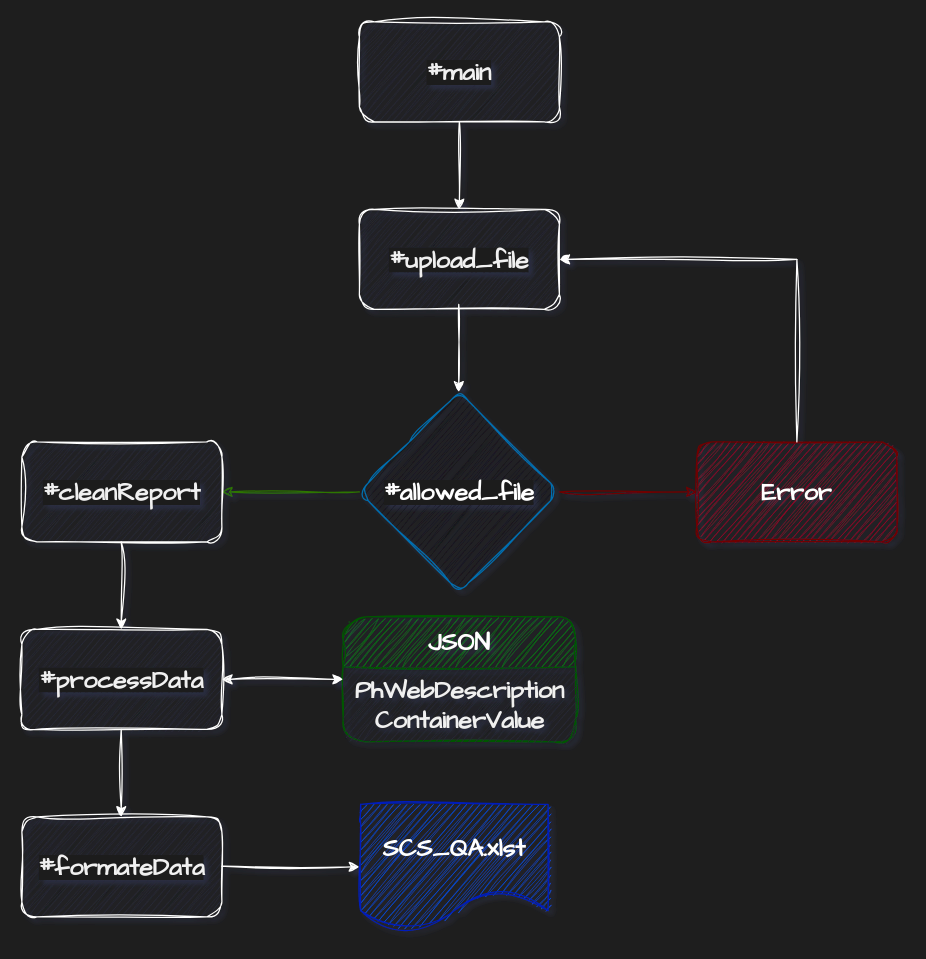
Before: Diagram.dio in jinjernot/matarael, a draw.io diagram. Source tidied: cells renumbered, new cells numbered last; positions are measured from the earlier drawing's top-left corner, leaving out a move shared by most shapes. Both pictures are drawn from the tidied source at 125%, with x=0, y=0 at pixel (21, 21).
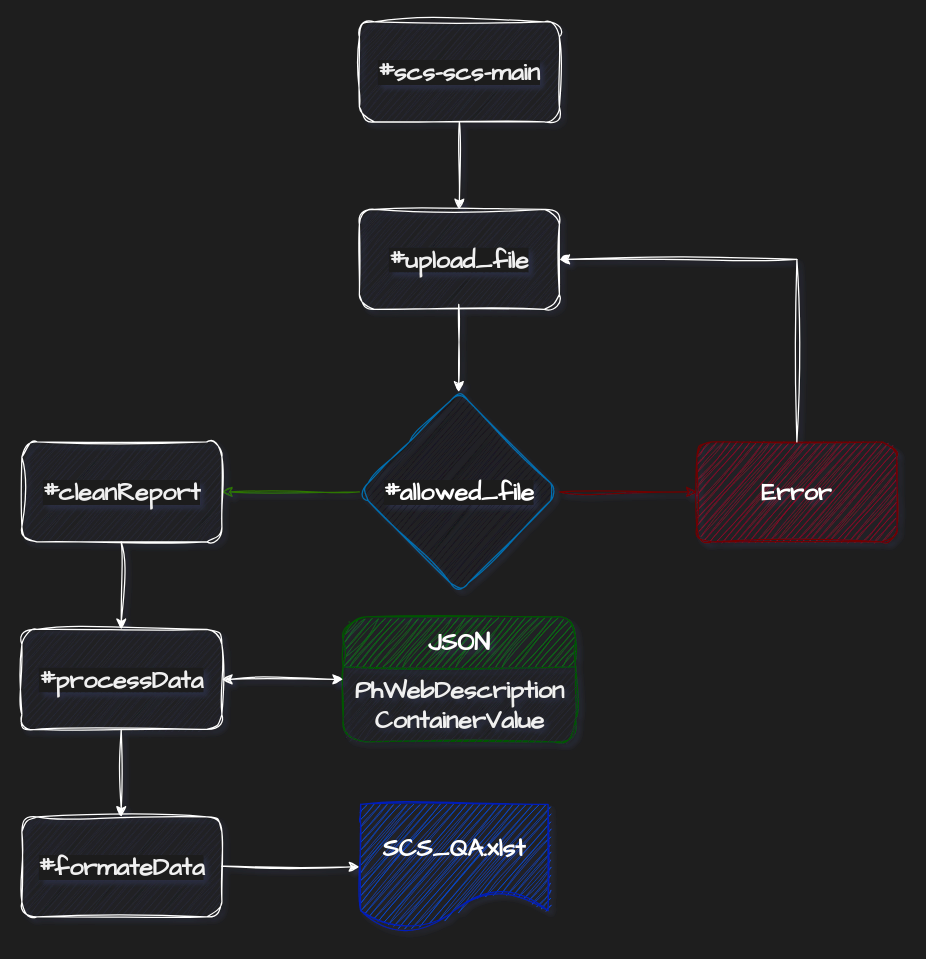
After the change.

Diff of the diagram source:
```diff
@@
-    <mxCell id="2" value="&lt;div style=&quot;background-color: rgb(30, 30, 30); font-size: 20px; line-height: 20px;&quot;&gt;&lt;span style=&quot;font-size: 20px;&quot;&gt;#&lt;/span&gt;&lt;span style=&quot;font-size: 20px;&quot;&gt;main&lt;/span&gt;&lt;/div&gt;" style="rounded=1;whiteSpace=wrap;html=1;strokeColor=#FFFFFF;fontFamily=Architects Daughter;fontSize=20;fontColor=#F0F0F0;fillColor=#282a36;sketch=1;curveFitting=1;jiggle=2;fontStyle=1;" parent="1" vertex="1">
+    <mxCell id="2" value="&lt;div style=&quot;background-color: rgb(30, 30, 30); font-size: 20px; line-height: 20px;&quot;&gt;&lt;span style=&quot;font-size: 20px;&quot;&gt;#&lt;/span&gt;&lt;span style=&quot;font-size: 20px;&quot;&gt;scs-scs-main&lt;/span&gt;&lt;/div&gt;" style="rounded=1;whiteSpace=wrap;html=1;strokeColor=#FFFFFF;fontFamily=Architects Daughter;fontSize=20;fontColor=#F0F0F0;fillColor=#282a36;sketch=1;curveFitting=1;jiggle=2;fontStyle=1;" parent="1" vertex="1">
       <mxGeometry x="270" width="160" height="80" as="geometry" />
     </mxCell>
```
